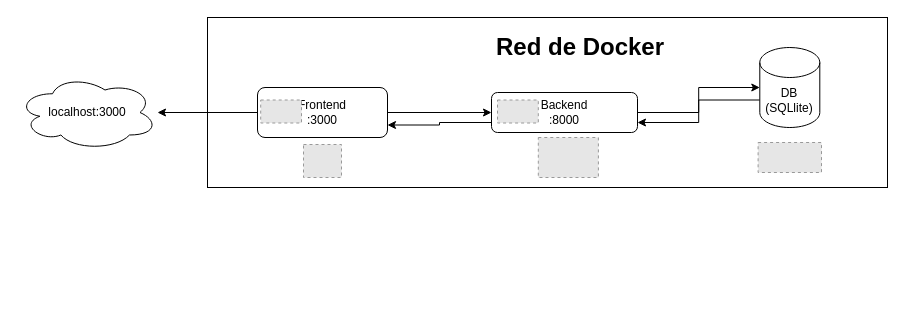
Before: arquitectura general todoapp.drawio in cristian-rincon/todo-app-django, a draw.io diagram. Source tidied: cells renumbered, new cells numbered last; positions are measured from the earlier drawing's top-left corner, leaving out a move shared by most shapes. Both pictures are drawn from the tidied source at 100%, with x=0, y=0 at pixel (17, 17). Pictures stored in the file or linked from it are replaced by grey dashed boxes.
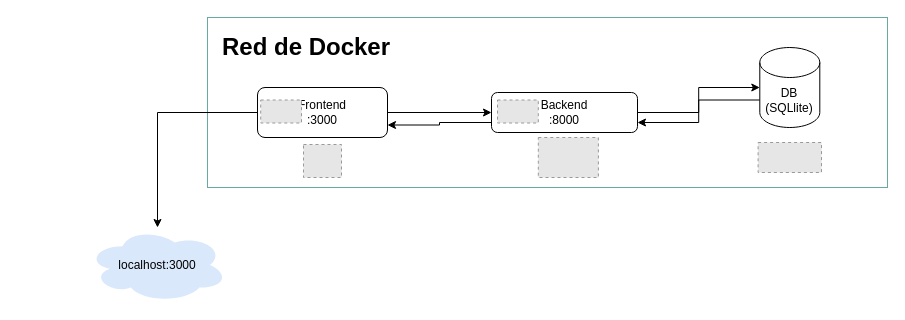
The same diagram, later.

Change to the diagram source:
```diff
@@
 <mxGraphModel>
   <root>
     <mxCell id="0" />
     <mxCell id="1" parent="0" />
-    <mxCell id="2" style="rounded=0;whiteSpace=wrap;html=1;" parent="1" vertex="1">
+    <mxCell id="2" style="rounded=0;whiteSpace=wrap;html=1;strokeColor=#67AB9F;" parent="1" vertex="1">
       <mxGeometry x="190" width="680" height="170" as="geometry" />
     </mxCell>
     <mxCell id="3" style="edgeStyle=orthogonalEdgeStyle;rounded=0;jettySize=auto;html=1;" parent="1" edge="1" source="5" target="8">
       <mxGeometry relative="1" as="geometry" />
     </mxCell>
     <mxCell id="4" style="edgeStyle=orthogonalEdgeStyle;rounded=0;jettySize=auto;html=1;" parent="1" edge="1" source="5" target="11">
       <mxGeometry relative="1" as="geometry" />
     </mxCell>
     <mxCell id="5" value="Frontend&lt;br&gt;:3000" style="rounded=1;whiteSpace=wrap;html=1;" parent="1" vertex="1">
       <mxGeometry x="240" y="70" width="130" height="50" as="geometry" />
     </mxCell>
     <mxCell id="6" style="edgeStyle=orthogonalEdgeStyle;rounded=0;jettySize=auto;html=1;exitX=0;exitY=0.75;exitDx=0;exitDy=0;entryX=1;entryY=0.75;entryDx=0;entryDy=0;" parent="1" edge="1" source="8" target="5">
       <mxGeometry relative="1" as="geometry" />
     </mxCell>
     <mxCell id="7" style="edgeStyle=orthogonalEdgeStyle;rounded=0;jettySize=auto;html=1;" parent="1" edge="1" source="8" target="10">
       <mxGeometry relative="1" as="geometry" />
     </mxCell>
     <mxCell id="8" value="Backend&lt;br&gt;:8000" style="rounded=1;whiteSpace=wrap;html=1;" parent="1" vertex="1">
       <mxGeometry x="474" y="75" width="146" height="40" as="geometry" />
     </mxCell>
     <mxCell id="9" style="edgeStyle=orthogonalEdgeStyle;rounded=0;jettySize=auto;html=1;exitX=0;exitY=0;exitDx=0;exitDy=52.5;exitPerimeter=0;entryX=1;entryY=0.75;entryDx=0;entryDy=0;" parent="1" edge="1" source="10" target="8">
       <mxGeometry relative="1" as="geometry" />
     </mxCell>
     <mxCell id="10" value="DB&lt;br&gt;(SQLlite)" style="shape=cylinder3;whiteSpace=wrap;html=1;boundedLbl=1;backgroundOutline=1;size=15;" parent="1" vertex="1">
       <mxGeometry x="742.3" y="30" width="60" height="80" as="geometry" />
     </mxCell>
-    <mxCell id="11" value="localhost:3000" style="ellipse;shape=cloud;whiteSpace=wrap;html=1;" parent="1" vertex="1">
-      <mxGeometry y="57.5" width="140" height="75" as="geometry" />
+    <mxCell id="11" value="localhost:3000" style="ellipse;shape=cloud;whiteSpace=wrap;html=1;fillColor=#dae8fc;strokeColor=none;" parent="1" vertex="1">
+      <mxGeometry x="70" y="210" width="140" height="75" as="geometry" />
     </mxCell>
     <mxCell id="12" value="&lt;h1&gt;Red de Docker&lt;/h1&gt;&lt;p&gt;&lt;br&gt;&lt;/p&gt;" style="text;html=1;strokeColor=none;fillColor=none;spacing=5;spacingTop=-20;whiteSpace=wrap;overflow=hidden;rounded=0;" parent="1" vertex="1">
-      <mxGeometry x="474" y="10" width="180" height="40" as="geometry" />
+      <mxGeometry x="200" y="10" width="180" height="40" as="geometry" />
     </mxCell>
     <mxCell id="13" style="fillColor=#E6E6E6;strokeColor=#999999;dashed=1;verticalLabelPosition=bottom;labelBackgroundColor=#ffffff;verticalAlign=top;" parent="1" vertex="1">
       <mxGeometry x="520.8" y="120" width="60.1" height="40" as="geometry" />
     </mxCell>
     <mxCell id="14" style="fillColor=#E6E6E6;strokeColor=#999999;dashed=1;verticalLabelPosition=bottom;labelBackgroundColor=#ffffff;verticalAlign=top;" parent="1" vertex="1">
       <mxGeometry x="286" y="127" width="38" height="33" as="geometry" />
     </mxCell>
     <mxCell id="15" style="fillColor=#E6E6E6;strokeColor=#999999;dashed=1;verticalLabelPosition=bottom;labelBackgroundColor=#ffffff;verticalAlign=top;" parent="1" vertex="1">
       <mxGeometry x="740.6" y="125" width="63.4" height="30" as="geometry" />
     </mxCell>
     <mxCell id="16" style="fillColor=#E6E6E6;strokeColor=#999999;dashed=1;verticalLabelPosition=bottom;labelBackgroundColor=#ffffff;verticalAlign=top;" parent="1" vertex="1">
       <mxGeometry x="243.2" y="82.5" width="40.8" height="23" as="geometry" />
     </mxCell>
     <mxCell id="17" style="fillColor=#E6E6E6;strokeColor=#999999;dashed=1;verticalLabelPosition=bottom;labelBackgroundColor=#ffffff;verticalAlign=top;" parent="1" vertex="1">
       <mxGeometry x="480" y="82.5" width="40.8" height="23" as="geometry" />
     </mxCell>
   </root>
 </mxGraphModel>
```
